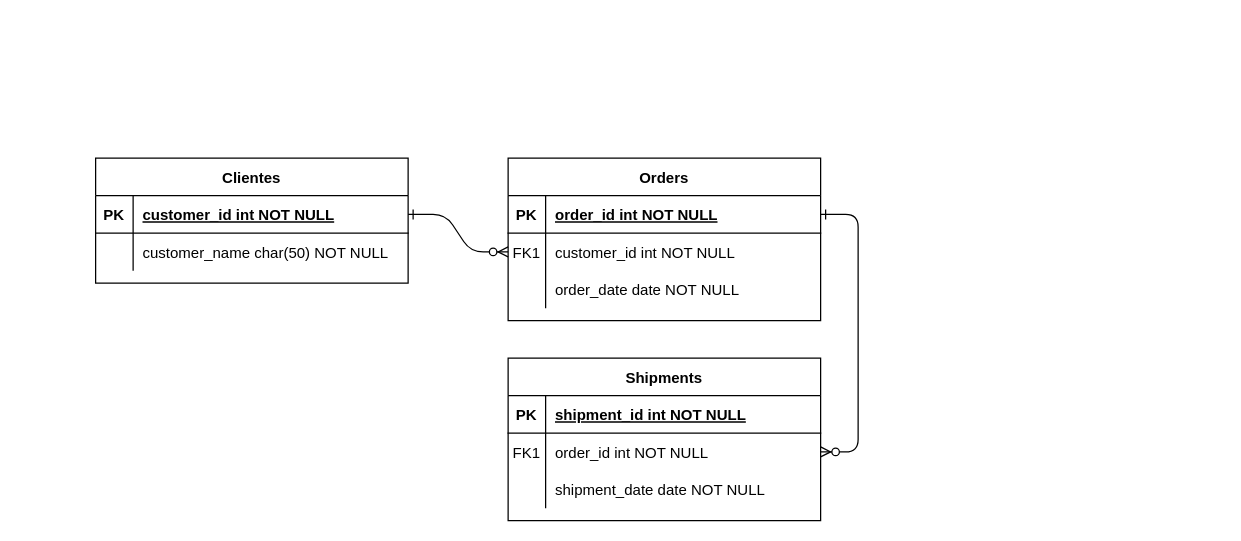
Before: requirements/Diagrama ER TattooManager.drawio in PedroMerinoDev/tattoo_manager, a draw.io diagram. Source tidied: cells renumbered, new cells numbered last; positions are measured from the earlier drawing's top-left corner, leaving out a move shared by most shapes. Both pictures are drawn from the tidied source at 125%, with x=0, y=0 at pixel (95, 158).
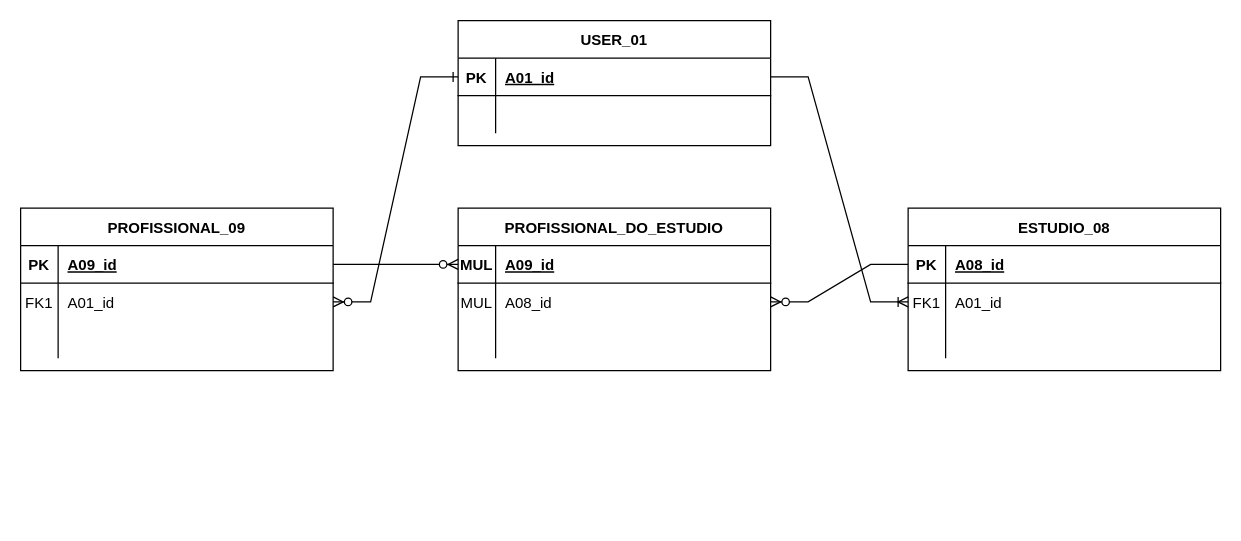
After the change.

What changed in the source:
```diff
@@
-    <mxCell id="2" style="edgeStyle=entityRelationEdgeStyle;endArrow=ERzeroToMany;startArrow=ERone;endFill=1;startFill=0;" parent="1" edge="1" source="25" target="8">
-      <mxGeometry relative="1" as="geometry" />
+    <mxCell id="2" style="edgeStyle=entityRelationEdgeStyle;endArrow=ERzeroToMany;startArrow=ERone;endFill=1;startFill=0;labelBackgroundColor=none;fontColor=default;rounded=0;" parent="1" edge="1" source="25" target="8">
+      <mxGeometry relative="1" as="geometry">
+        <Array as="points">
+          <mxPoint x="240" y="30" />
+        </Array>
+      </mxGeometry>
     </mxCell>
-    <mxCell id="3" style="edgeStyle=entityRelationEdgeStyle;endArrow=ERzeroToMany;startArrow=ERone;endFill=1;startFill=0;" parent="1" edge="1" source="5" target="18">
-      <mxGeometry relative="1" as="geometry" />
-    </mxCell>
-    <mxCell id="4" value="Orders" style="shape=table;startSize=30;childLayout=tableLayout;rowLines=0;fontStyle=1;align=center;" parent="1" vertex="1">
-      <mxGeometry x="330" width="250" height="130" as="geometry" />
+    <mxCell id="4" value="PROFISSIONAL_09" style="shape=table;startSize=30;childLayout=tableLayout;rowLines=0;fontStyle=1;align=center;labelBackgroundColor=none;rounded=0;" parent="1" vertex="1">
+      <mxGeometry x="-60" y="40" width="250" height="130" as="geometry" />
     </mxCell>
-    <mxCell id="5" style="shape=partialRectangle;fillColor=none;points=[[0,0.5],[1,0.5]];portConstraint=eastwest;top=0;left=0;right=0;bottom=1;" parent="4" vertex="1">
+    <mxCell id="5" style="shape=partialRectangle;fillColor=none;points=[[0,0.5],[1,0.5]];portConstraint=eastwest;top=0;left=0;right=0;bottom=1;labelBackgroundColor=none;rounded=0;" parent="4" vertex="1">
       <mxGeometry y="30" width="250" height="30" as="geometry" />
     </mxCell>
-    <mxCell id="6" value="PK" style="shape=partialRectangle;overflow=hidden;fillColor=none;top=0;left=0;bottom=0;right=0;fontStyle=1;" parent="5" vertex="1">
+    <mxCell id="6" value="PK" style="shape=partialRectangle;overflow=hidden;fillColor=none;top=0;left=0;bottom=0;right=0;fontStyle=1;labelBackgroundColor=none;rounded=0;" parent="5" vertex="1">
       <mxGeometry width="30" height="30" as="geometry" />
     </mxCell>
-    <mxCell id="7" value="order_id int NOT NULL " style="shape=partialRectangle;overflow=hidden;fillColor=none;top=0;left=0;bottom=0;right=0;align=left;spacingLeft=6;fontStyle=5;" parent="5" vertex="1">
+    <mxCell id="7" value="A09_id" style="shape=partialRectangle;overflow=hidden;fillColor=none;top=0;left=0;bottom=0;right=0;align=left;spacingLeft=6;fontStyle=5;labelBackgroundColor=none;rounded=0;" parent="5" vertex="1">
       <mxGeometry x="30" width="220" height="30" as="geometry" />
     </mxCell>
-    <mxCell id="8" style="shape=partialRectangle;fillColor=none;points=[[0,0.5],[1,0.5]];portConstraint=eastwest;top=0;left=0;right=0;bottom=0;" parent="4" vertex="1">
+    <mxCell id="8" style="shape=partialRectangle;fillColor=none;points=[[0,0.5],[1,0.5]];portConstraint=eastwest;top=0;left=0;right=0;bottom=0;labelBackgroundColor=none;rounded=0;" parent="4" vertex="1">
       <mxGeometry y="60" width="250" height="30" as="geometry" />
     </mxCell>
-    <mxCell id="9" value="FK1" style="shape=partialRectangle;overflow=hidden;fillColor=none;top=0;left=0;bottom=0;right=0;" parent="8" vertex="1">
+    <mxCell id="9" value="FK1" style="shape=partialRectangle;overflow=hidden;fillColor=none;top=0;left=0;bottom=0;right=0;labelBackgroundColor=none;rounded=0;" parent="8" vertex="1">
       <mxGeometry width="30" height="30" as="geometry" />
     </mxCell>
-    <mxCell id="10" value="customer_id int NOT NULL" style="shape=partialRectangle;overflow=hidden;fillColor=none;top=0;left=0;bottom=0;right=0;align=left;spacingLeft=6;" parent="8" vertex="1">
+    <mxCell id="10" value="A01_id" style="shape=partialRectangle;overflow=hidden;fillColor=none;top=0;left=0;bottom=0;right=0;align=left;spacingLeft=6;labelBackgroundColor=none;rounded=0;" parent="8" vertex="1">
       <mxGeometry x="30" width="220" height="30" as="geometry" />
     </mxCell>
-    <mxCell id="11" style="shape=partialRectangle;fillColor=none;top=0;left=0;right=0;bottom=0;" parent="4" vertex="1">
+    <mxCell id="11" style="shape=partialRectangle;fillColor=none;top=0;left=0;right=0;bottom=0;labelBackgroundColor=none;rounded=0;" parent="4" vertex="1">
       <mxGeometry y="90" width="250" height="30" as="geometry" />
     </mxCell>
-    <mxCell id="12" style="shape=partialRectangle;overflow=hidden;fillColor=none;top=0;left=0;bottom=0;right=0;" parent="11" vertex="1">
+    <mxCell id="12" style="shape=partialRectangle;overflow=hidden;fillColor=none;top=0;left=0;bottom=0;right=0;labelBackgroundColor=none;rounded=0;" parent="11" vertex="1">
       <mxGeometry width="30" height="30" as="geometry" />
     </mxCell>
-    <mxCell id="13" value="order_date date NOT NULL" style="shape=partialRectangle;overflow=hidden;fillColor=none;top=0;left=0;bottom=0;right=0;align=left;spacingLeft=6;" parent="11" vertex="1">
+    <mxCell id="13" style="shape=partialRectangle;overflow=hidden;fillColor=none;top=0;left=0;bottom=0;right=0;align=left;spacingLeft=6;labelBackgroundColor=none;rounded=0;" parent="11" vertex="1">
       <mxGeometry x="30" width="220" height="30" as="geometry" />
     </mxCell>
-    <mxCell id="14" value="Shipments" style="shape=table;startSize=30;childLayout=tableLayout;rowLines=0;fontStyle=1;align=center;" parent="1" vertex="1">
-      <mxGeometry x="330" y="160" width="250" height="130" as="geometry" />
+    <mxCell id="14" value="PROFISSIONAL_DO_ESTUDIO" style="shape=table;startSize=30;childLayout=tableLayout;rowLines=0;fontStyle=1;align=center;labelBackgroundColor=none;rounded=0;" parent="1" vertex="1">
+      <mxGeometry x="290" y="40" width="250" height="130" as="geometry" />
     </mxCell>
-    <mxCell id="15" style="shape=partialRectangle;fillColor=none;points=[[0,0.5],[1,0.5]];portConstraint=eastwest;top=0;left=0;right=0;bottom=1;" parent="14" vertex="1">
+    <mxCell id="15" style="shape=partialRectangle;fillColor=none;points=[[0,0.5],[1,0.5]];portConstraint=eastwest;top=0;left=0;right=0;bottom=1;labelBackgroundColor=none;rounded=0;" parent="14" vertex="1">
       <mxGeometry y="30" width="250" height="30" as="geometry" />
     </mxCell>
-    <mxCell id="16" value="PK" style="shape=partialRectangle;overflow=hidden;fillColor=none;top=0;left=0;bottom=0;right=0;fontStyle=1;" parent="15" vertex="1">
+    <mxCell id="16" value="MUL" style="shape=partialRectangle;overflow=hidden;fillColor=none;top=0;left=0;bottom=0;right=0;fontStyle=1;labelBackgroundColor=none;rounded=0;" parent="15" vertex="1">
       <mxGeometry width="30" height="30" as="geometry" />
     </mxCell>
-    <mxCell id="17" value="shipment_id int NOT NULL " style="shape=partialRectangle;overflow=hidden;fillColor=none;top=0;left=0;bottom=0;right=0;align=left;spacingLeft=6;fontStyle=5;" parent="15" vertex="1">
+    <mxCell id="17" value="A09_id" style="shape=partialRectangle;overflow=hidden;fillColor=none;top=0;left=0;bottom=0;right=0;align=left;spacingLeft=6;fontStyle=5;labelBackgroundColor=none;rounded=0;" parent="15" vertex="1">
       <mxGeometry x="30" width="220" height="30" as="geometry" />
     </mxCell>
-    <mxCell id="18" style="shape=partialRectangle;fillColor=none;points=[[0,0.5],[1,0.5]];portConstraint=eastwest;top=0;left=0;right=0;bottom=0;" parent="14" vertex="1">
+    <mxCell id="18" style="shape=partialRectangle;fillColor=none;points=[[0,0.5],[1,0.5]];portConstraint=eastwest;top=0;left=0;right=0;bottom=0;labelBackgroundColor=none;rounded=0;" parent="14" vertex="1">
       <mxGeometry y="60" width="250" height="30" as="geometry" />
     </mxCell>
-    <mxCell id="19" value="FK1" style="shape=partialRectangle;overflow=hidden;fillColor=none;top=0;left=0;bottom=0;right=0;" parent="18" vertex="1">
+    <mxCell id="19" value="MUL" style="shape=partialRectangle;overflow=hidden;fillColor=none;top=0;left=0;bottom=0;right=0;labelBackgroundColor=none;rounded=0;" parent="18" vertex="1">
       <mxGeometry width="30" height="30" as="geometry" />
     </mxCell>
-    <mxCell id="20" value="order_id int NOT NULL" style="shape=partialRectangle;overflow=hidden;fillColor=none;top=0;left=0;bottom=0;right=0;align=left;spacingLeft=6;" parent="18" vertex="1">
+    <mxCell id="20" value="A08_id" style="shape=partialRectangle;overflow=hidden;fillColor=none;top=0;left=0;bottom=0;right=0;align=left;spacingLeft=6;labelBackgroundColor=none;rounded=0;" parent="18" vertex="1">
       <mxGeometry x="30" width="220" height="30" as="geometry" />
     </mxCell>
-    <mxCell id="21" style="shape=partialRectangle;fillColor=none;top=0;left=0;right=0;bottom=0;" parent="14" vertex="1">
+    <mxCell id="21" style="shape=partialRectangle;fillColor=none;top=0;left=0;right=0;bottom=0;labelBackgroundColor=none;rounded=0;" parent="14" vertex="1">
       <mxGeometry y="90" width="250" height="30" as="geometry" />
     </mxCell>
-    <mxCell id="22" style="shape=partialRectangle;overflow=hidden;fillColor=none;top=0;left=0;bottom=0;right=0;" parent="21" vertex="1">
+    <mxCell id="22" style="shape=partialRectangle;overflow=hidden;fillColor=none;top=0;left=0;bottom=0;right=0;labelBackgroundColor=none;rounded=0;" parent="21" vertex="1">
       <mxGeometry width="30" height="30" as="geometry" />
     </mxCell>
-    <mxCell id="23" value="shipment_date date NOT NULL" style="shape=partialRectangle;overflow=hidden;fillColor=none;top=0;left=0;bottom=0;right=0;align=left;spacingLeft=6;" parent="21" vertex="1">
+    <mxCell id="23" style="shape=partialRectangle;overflow=hidden;fillColor=none;top=0;left=0;bottom=0;right=0;align=left;spacingLeft=6;labelBackgroundColor=none;rounded=0;" parent="21" vertex="1">
       <mxGeometry x="30" width="220" height="30" as="geometry" />
     </mxCell>
-    <mxCell id="24" value="Clientes" style="shape=table;startSize=30;childLayout=tableLayout;rowLines=0;fontStyle=1;align=center;" parent="1" vertex="1">
-      <mxGeometry width="250" height="100" as="geometry" />
+    <mxCell id="24" value="USER_01" style="shape=table;startSize=30;childLayout=tableLayout;rowLines=0;fontStyle=1;align=center;labelBackgroundColor=none;rounded=0;" parent="1" vertex="1">
+      <mxGeometry x="290" y="-110" width="250" height="100" as="geometry" />
     </mxCell>
-    <mxCell id="25" style="shape=partialRectangle;fillColor=none;points=[[0,0.5],[1,0.5]];portConstraint=eastwest;top=0;left=0;right=0;bottom=1;" parent="24" vertex="1">
+    <mxCell id="25" style="shape=partialRectangle;fillColor=none;points=[[0,0.5],[1,0.5]];portConstraint=eastwest;top=0;left=0;right=0;bottom=1;labelBackgroundColor=none;rounded=0;" parent="24" vertex="1">
       <mxGeometry y="30" width="250" height="30" as="geometry" />
     </mxCell>
-    <mxCell id="26" value="PK" style="shape=partialRectangle;overflow=hidden;fillColor=none;top=0;left=0;bottom=0;right=0;fontStyle=1;" parent="25" vertex="1">
+    <mxCell id="26" value="PK" style="shape=partialRectangle;overflow=hidden;fillColor=none;top=0;left=0;bottom=0;right=0;fontStyle=1;labelBackgroundColor=none;rounded=0;" parent="25" vertex="1">
       <mxGeometry width="30" height="30" as="geometry" />
     </mxCell>
-    <mxCell id="27" value="customer_id int NOT NULL " style="shape=partialRectangle;overflow=hidden;fillColor=none;top=0;left=0;bottom=0;right=0;align=left;spacingLeft=6;fontStyle=5;" parent="25" vertex="1">
+    <mxCell id="27" value="A01_id" style="shape=partialRectangle;overflow=hidden;fillColor=none;top=0;left=0;bottom=0;right=0;align=left;spacingLeft=6;fontStyle=5;labelBackgroundColor=none;rounded=0;" parent="25" vertex="1">
       <mxGeometry x="30" width="220" height="30" as="geometry" />
     </mxCell>
-    <mxCell id="28" style="shape=partialRectangle;fillColor=none;top=0;left=0;right=0;bottom=0;" parent="24" vertex="1">
+    <mxCell id="28" style="shape=partialRectangle;fillColor=none;top=0;left=0;right=0;bottom=0;labelBackgroundColor=none;rounded=0;" parent="24" vertex="1">
       <mxGeometry y="60" width="250" height="30" as="geometry" />
     </mxCell>
-    <mxCell id="29" style="shape=partialRectangle;overflow=hidden;fillColor=none;top=0;left=0;bottom=0;right=0;" parent="28" vertex="1">
+    <mxCell id="29" style="shape=partialRectangle;overflow=hidden;fillColor=none;top=0;left=0;bottom=0;right=0;labelBackgroundColor=none;rounded=0;" parent="28" vertex="1">
       <mxGeometry width="30" height="30" as="geometry" />
     </mxCell>
-    <mxCell id="30" value="customer_name char(50) NOT NULL" style="shape=partialRectangle;overflow=hidden;fillColor=none;top=0;left=0;bottom=0;right=0;align=left;spacingLeft=6;" parent="28" vertex="1">
+    <mxCell id="30" style="shape=partialRectangle;overflow=hidden;fillColor=none;top=0;left=0;bottom=0;right=0;align=left;spacingLeft=6;labelBackgroundColor=none;rounded=0;" parent="28" vertex="1">
       <mxGeometry x="30" width="220" height="30" as="geometry" />
     </mxCell>
+    <mxCell id="31" style="edgeStyle=entityRelationEdgeStyle;fontSize=12;html=1;endArrow=ERzeroToMany;endFill=1;exitX=1;exitY=0.5;exitDx=0;exitDy=0;entryX=0;entryY=0.5;entryDx=0;entryDy=0;rounded=0;labelBackgroundColor=none;fontColor=default;" parent="1" edge="1" source="5" target="15">
+      <mxGeometry relative="1" as="geometry">
+        <Array as="points">
+          <mxPoint x="210" y="90" />
+        </Array>
+      </mxGeometry>
+    </mxCell>
+    <mxCell id="32" value="ESTUDIO_08" style="shape=table;startSize=30;childLayout=tableLayout;rowLines=0;fontStyle=1;align=center;labelBackgroundColor=none;rounded=0;" parent="1" vertex="1">
+      <mxGeometry x="650" y="40" width="250" height="130" as="geometry" />
+    </mxCell>
+    <mxCell id="33" style="shape=partialRectangle;fillColor=none;points=[[0,0.5],[1,0.5]];portConstraint=eastwest;top=0;left=0;right=0;bottom=1;labelBackgroundColor=none;rounded=0;" parent="32" vertex="1">
+      <mxGeometry y="30" width="250" height="30" as="geometry" />
+    </mxCell>
+    <mxCell id="34" value="PK" style="shape=partialRectangle;overflow=hidden;fillColor=none;top=0;left=0;bottom=0;right=0;fontStyle=1;labelBackgroundColor=none;rounded=0;" parent="33" vertex="1">
+      <mxGeometry width="30" height="30" as="geometry" />
+    </mxCell>
+    <mxCell id="35" value="A08_id" style="shape=partialRectangle;overflow=hidden;fillColor=none;top=0;left=0;bottom=0;right=0;align=left;spacingLeft=6;fontStyle=5;labelBackgroundColor=none;rounded=0;" parent="33" vertex="1">
+      <mxGeometry x="30" width="220" height="30" as="geometry" />
+    </mxCell>
+    <mxCell id="36" style="shape=partialRectangle;fillColor=none;points=[[0,0.5],[1,0.5]];portConstraint=eastwest;top=0;left=0;right=0;bottom=0;labelBackgroundColor=none;rounded=0;" parent="32" vertex="1">
+      <mxGeometry y="60" width="250" height="30" as="geometry" />
+    </mxCell>
+    <mxCell id="37" value="FK1" style="shape=partialRectangle;overflow=hidden;fillColor=none;top=0;left=0;bottom=0;right=0;labelBackgroundColor=none;rounded=0;" parent="36" vertex="1">
+      <mxGeometry width="30" height="30" as="geometry" />
+    </mxCell>
+    <mxCell id="38" value="A01_id" style="shape=partialRectangle;overflow=hidden;fillColor=none;top=0;left=0;bottom=0;right=0;align=left;spacingLeft=6;labelBackgroundColor=none;rounded=0;" parent="36" vertex="1">
+      <mxGeometry x="30" width="220" height="30" as="geometry" />
+    </mxCell>
+    <mxCell id="39" style="shape=partialRectangle;fillColor=none;top=0;left=0;right=0;bottom=0;labelBackgroundColor=none;rounded=0;" parent="32" vertex="1">
+      <mxGeometry y="90" width="250" height="30" as="geometry" />
+    </mxCell>
+    <mxCell id="40" style="shape=partialRectangle;overflow=hidden;fillColor=none;top=0;left=0;bottom=0;right=0;labelBackgroundColor=none;rounded=0;" parent="39" vertex="1">
+      <mxGeometry width="30" height="30" as="geometry" />
+    </mxCell>
+    <mxCell id="41" style="shape=partialRectangle;overflow=hidden;fillColor=none;top=0;left=0;bottom=0;right=0;align=left;spacingLeft=6;labelBackgroundColor=none;rounded=0;" parent="39" vertex="1">
+      <mxGeometry x="30" width="220" height="30" as="geometry" />
+    </mxCell>
+    <mxCell id="42" style="edgeStyle=entityRelationEdgeStyle;fontSize=12;html=1;endArrow=ERoneToMany;exitX=1;exitY=0.5;exitDx=0;exitDy=0;entryX=0;entryY=0.5;entryDx=0;entryDy=0;rounded=0;labelBackgroundColor=none;fontColor=default;" parent="1" edge="1" source="25" target="36">
+      <mxGeometry relative="1" as="geometry" />
+    </mxCell>
+    <mxCell id="43" style="edgeStyle=entityRelationEdgeStyle;fontSize=12;html=1;endArrow=ERzeroToMany;endFill=1;exitX=0;exitY=0.5;exitDx=0;exitDy=0;entryX=1;entryY=0.5;entryDx=0;entryDy=0;rounded=0;labelBackgroundColor=none;fontColor=default;" parent="1" edge="1" source="33" target="18">
+      <mxGeometry relative="1" as="geometry" />
+    </mxCell>
```
